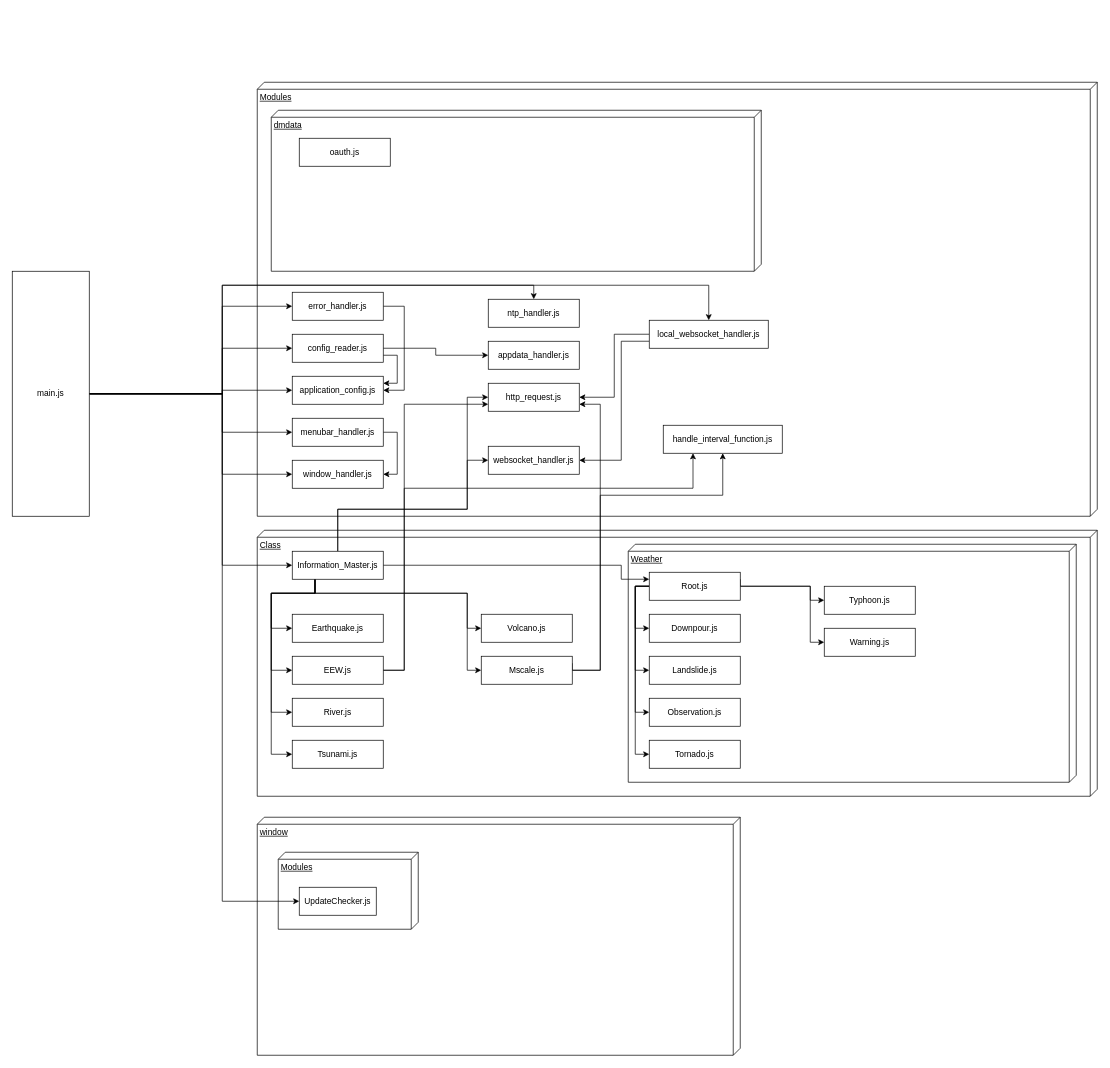
Above: 依存関係.drawio in md-ndv356/ndv-ticker-app (draw.io), before the change. Source tidied: cells renumbered, new cells numbered last; positions are measured from the earlier drawing's top-left corner, leaving out a move shared by most shapes. Both pictures are drawn from the tidied source at 70%, with x=0, y=0 at pixel (12, 82).
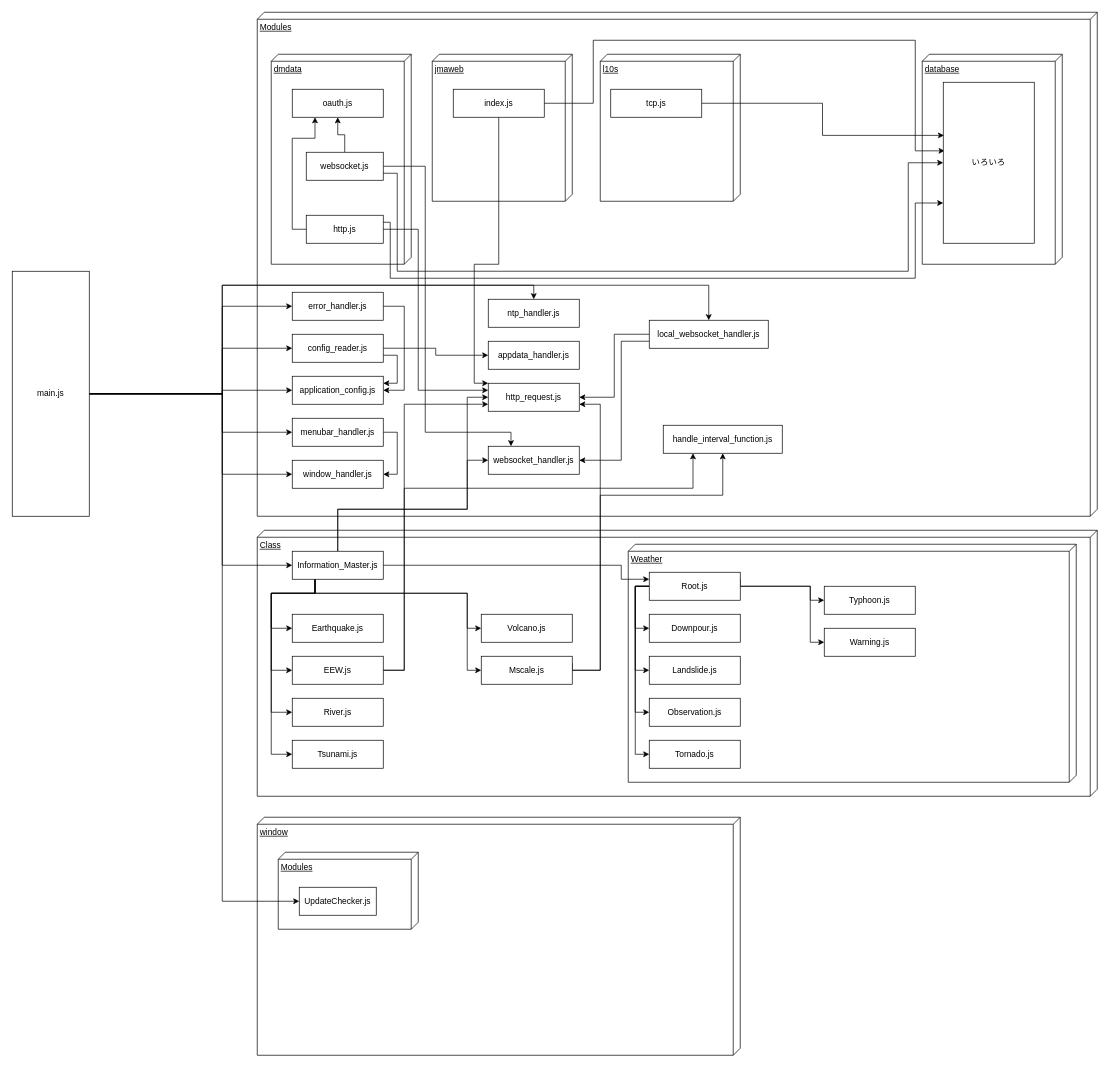
The same diagram, later.

Commit message:
依存関係.drawio を更新します

The change refers to these unchanged cells:
```xml
<mxCell id="40" value="http_request.js" style="html=1;whiteSpace=wrap;" parent="1" vertex="1">
  <mxGeometry x="680" y="430" width="130" height="40" as="geometry" />
</mxCell>
<mxCell id="42" value="websocket_handler.js" style="html=1;whiteSpace=wrap;" parent="1" vertex="1">
  <mxGeometry x="680" y="520" width="130" height="40" as="geometry" />
</mxCell>
```

The edit, as a diff of the source:
```diff
@@
     <mxCell id="5" value="Modules" style="verticalAlign=top;align=left;spacingTop=8;spacingLeft=2;spacingRight=12;shape=cube;size=10;direction=south;fontStyle=4;html=1;whiteSpace=wrap;strokeColor=light-dark(#000000,#7EA6E0);fontColor=light-dark(#000000,#7EA6E0);" parent="1" vertex="1">
-      <mxGeometry x="350" width="1200" height="620" as="geometry" />
+      <mxGeometry x="350" y="-100" width="1200" height="720" as="geometry" />
     </mxCell>
@@
     <mxCell id="68" value="dmdata" style="verticalAlign=top;align=left;spacingTop=8;spacingLeft=2;spacingRight=12;shape=cube;size=10;direction=south;fontStyle=4;html=1;whiteSpace=wrap;fontColor=light-dark(#000000,#9AC7BF);strokeColor=light-dark(#000000,#9AC7BF);" parent="1" vertex="1">
-      <mxGeometry x="370" y="40" width="700" height="230" as="geometry" />
+      <mxGeometry x="370" y="-40" width="200" height="300" as="geometry" />
     </mxCell>
     <mxCell id="69" value="oauth.js" style="html=1;whiteSpace=wrap;" parent="1" vertex="1">
-      <mxGeometry x="410" y="80" width="130" height="40" as="geometry" />
+      <mxGeometry x="400" y="10" width="130" height="40" as="geometry" />
     </mxCell>
+    <mxCell id="70" style="edgeStyle=orthogonalEdgeStyle;rounded=0;jettySize=auto;html=1;exitX=1;exitY=0.5;exitDx=0;exitDy=0;entryX=0.25;entryY=0;entryDx=0;entryDy=0;" parent="1" edge="1" source="72" target="42">
+      <mxGeometry relative="1" as="geometry">
+        <Array as="points">
+          <mxPoint x="590" y="120" />
+          <mxPoint x="590" y="500" />
+          <mxPoint x="713" y="500" />
+        </Array>
+      </mxGeometry>
+    </mxCell>
+    <mxCell id="71" style="edgeStyle=orthogonalEdgeStyle;rounded=0;jettySize=auto;html=1;" parent="1" edge="1" source="72" target="69">
+      <mxGeometry relative="1" as="geometry" />
+    </mxCell>
+    <mxCell id="72" value="websocket.js" style="html=1;whiteSpace=wrap;" parent="1" vertex="1">
+      <mxGeometry x="420" y="100" width="110" height="40" as="geometry" />
+    </mxCell>
+    <mxCell id="73" style="edgeStyle=orthogonalEdgeStyle;rounded=0;jettySize=auto;html=1;entryX=0;entryY=0.25;entryDx=0;entryDy=0;" parent="1" edge="1" source="75" target="40">
+      <mxGeometry relative="1" as="geometry">
+        <Array as="points">
+          <mxPoint x="580" y="210" />
+          <mxPoint x="580" y="440" />
+        </Array>
+      </mxGeometry>
+    </mxCell>
+    <mxCell id="74" style="edgeStyle=orthogonalEdgeStyle;rounded=0;jettySize=auto;html=1;exitX=0;exitY=0.5;exitDx=0;exitDy=0;entryX=0.25;entryY=1;entryDx=0;entryDy=0;" parent="1" edge="1" source="75" target="69">
+      <mxGeometry relative="1" as="geometry">
+        <Array as="points">
+          <mxPoint x="400" y="210" />
+          <mxPoint x="400" y="80" />
+          <mxPoint x="433" y="80" />
+        </Array>
+      </mxGeometry>
+    </mxCell>
+    <mxCell id="75" value="http.js" style="html=1;whiteSpace=wrap;" parent="1" vertex="1">
+      <mxGeometry x="420" y="190" width="110" height="40" as="geometry" />
+    </mxCell>
+    <mxCell id="76" value="jmaweb" style="verticalAlign=top;align=left;spacingTop=8;spacingLeft=2;spacingRight=12;shape=cube;size=10;direction=south;fontStyle=4;html=1;whiteSpace=wrap;fontColor=light-dark(#000000,#9AC7BF);strokeColor=light-dark(#000000,#9AC7BF);" parent="1" vertex="1">
+      <mxGeometry x="600" y="-40" width="200" height="210" as="geometry" />
+    </mxCell>
+    <mxCell id="77" value="database" style="verticalAlign=top;align=left;spacingTop=8;spacingLeft=2;spacingRight=12;shape=cube;size=10;direction=south;fontStyle=4;html=1;whiteSpace=wrap;fontColor=light-dark(#000000,#9AC7BF);strokeColor=light-dark(#000000,#9AC7BF);" parent="1" vertex="1">
+      <mxGeometry x="1300" y="-40" width="200" height="300" as="geometry" />
+    </mxCell>
+    <mxCell id="78" value="l10s" style="verticalAlign=top;align=left;spacingTop=8;spacingLeft=2;spacingRight=12;shape=cube;size=10;direction=south;fontStyle=4;html=1;whiteSpace=wrap;fontColor=light-dark(#000000,#9AC7BF);strokeColor=light-dark(#000000,#9AC7BF);" parent="1" vertex="1">
+      <mxGeometry x="840" y="-40" width="200" height="210" as="geometry" />
+    </mxCell>
+    <mxCell id="79" value="tcp.js" style="html=1;whiteSpace=wrap;" parent="1" vertex="1">
+      <mxGeometry x="855" y="10" width="130" height="40" as="geometry" />
+    </mxCell>
+    <mxCell id="80" style="edgeStyle=orthogonalEdgeStyle;rounded=0;jettySize=auto;html=1;entryX=0.015;entryY=0.426;entryDx=0;entryDy=0;entryPerimeter=0;" parent="1" edge="1" source="82" target="83">
+      <mxGeometry relative="1" as="geometry">
+        <Array as="points">
+          <mxPoint x="830" y="30" />
+          <mxPoint x="830" y="-60" />
+          <mxPoint x="1290" y="-60" />
+          <mxPoint x="1290" y="98" />
+        </Array>
+      </mxGeometry>
+    </mxCell>
+    <mxCell id="81" style="edgeStyle=orthogonalEdgeStyle;rounded=0;jettySize=auto;html=1;entryX=0;entryY=0;entryDx=0;entryDy=0;" parent="1" edge="1" source="82" target="40">
+      <mxGeometry relative="1" as="geometry">
+        <Array as="points">
+          <mxPoint x="695" y="260" />
+          <mxPoint x="660" y="260" />
+          <mxPoint x="660" y="430" />
+        </Array>
+      </mxGeometry>
+    </mxCell>
+    <mxCell id="82" value="index.js" style="html=1;whiteSpace=wrap;" parent="1" vertex="1">
+      <mxGeometry x="630" y="10" width="130" height="40" as="geometry" />
+    </mxCell>
+    <mxCell id="83" value="いろいろ" style="html=1;whiteSpace=wrap;" parent="1" vertex="1">
+      <mxGeometry x="1330" width="130" height="230" as="geometry" />
+    </mxCell>
+    <mxCell id="84" style="edgeStyle=orthogonalEdgeStyle;rounded=0;jettySize=auto;html=1;exitX=1;exitY=0.25;exitDx=0;exitDy=0;entryX=0;entryY=0.75;entryDx=0;entryDy=0;" parent="1" edge="1" source="75" target="83">
+      <mxGeometry relative="1" as="geometry">
+        <Array as="points">
+          <mxPoint x="540" y="200" />
+          <mxPoint x="540" y="280" />
+          <mxPoint x="1290" y="280" />
+          <mxPoint x="1290" y="173" />
+        </Array>
+      </mxGeometry>
+    </mxCell>
+    <mxCell id="85" style="edgeStyle=orthogonalEdgeStyle;rounded=0;jettySize=auto;html=1;exitX=1;exitY=0.75;exitDx=0;exitDy=0;" parent="1" edge="1" source="72" target="83">
+      <mxGeometry relative="1" as="geometry">
+        <Array as="points">
+          <mxPoint x="550" y="130" />
+          <mxPoint x="550" y="270" />
+          <mxPoint x="1280" y="270" />
+          <mxPoint x="1280" y="115" />
+        </Array>
+      </mxGeometry>
+    </mxCell>
+    <mxCell id="86" style="edgeStyle=orthogonalEdgeStyle;rounded=0;jettySize=auto;html=1;entryX=0.008;entryY=0.33;entryDx=0;entryDy=0;entryPerimeter=0;" parent="1" edge="1" source="79" target="83">
+      <mxGeometry relative="1" as="geometry" />
+    </mxCell>
```
